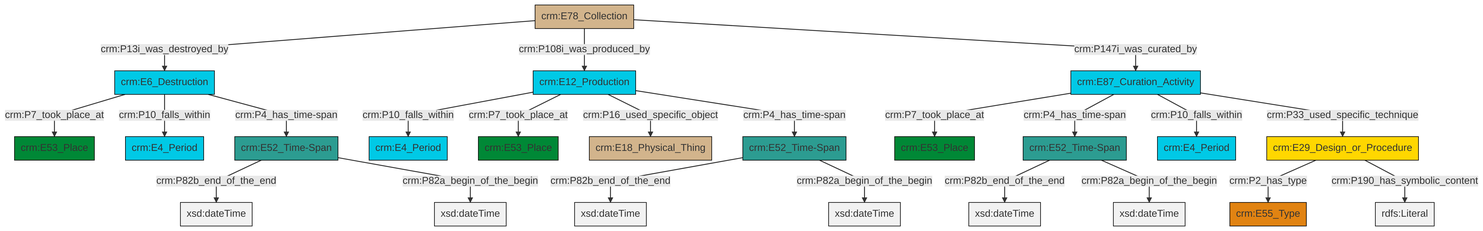
The Mermaid diagram et/archivalCSV/ttl/mmd/png/archival_existence.png in swiss-art-research-net/docs.swissartresearch, before a commit. Its source is kept beside it as et/archivalCSV/ttl/mmd/archival_existence.ttl.mmd.
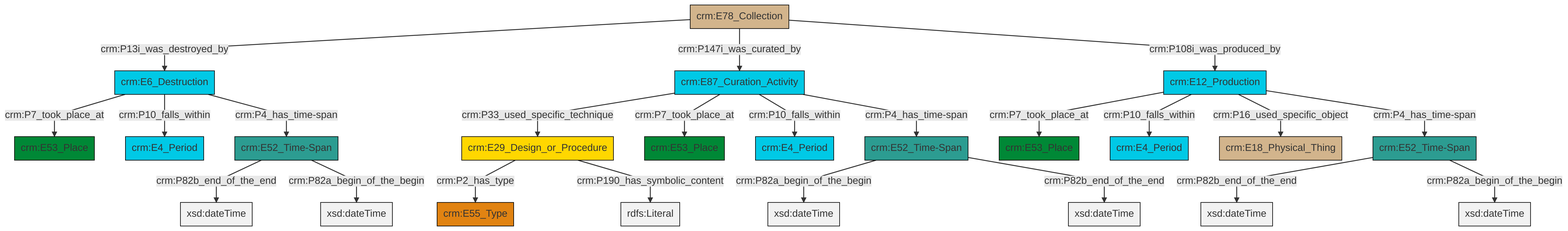
The same file after the commit.

The edit, as a diff of the source:
```diff
@@ -13,25 +13,25 @@
 classDef PC_Classes fill:#4ce600, stroke:#000000;
 classDef Multi fill:#cccccc,stroke:#000000;
 
-0["crm:E6_Destruction"]:::Temporal_Entity -->|crm:P7_took_place_at| 1["crm:E53_Place"]:::Place
-2["crm:E78_Collection"]:::Physical_Thing -->|crm:P13i_was_destroyed_by| 0["crm:E6_Destruction"]:::Temporal_Entity
-3["crm:E52_Time-Span"]:::Time-Span -->|crm:P82b_end_of_the_end| 4[xsd:dateTime]:::Literal
-7["crm:E12_Production"]:::Temporal_Entity -->|crm:P10_falls_within| 8["crm:E4_Period"]:::Temporal_Entity
-2["crm:E78_Collection"]:::Physical_Thing -->|crm:P108i_was_produced_by| 7["crm:E12_Production"]:::Temporal_Entity
-3["crm:E52_Time-Span"]:::Time-Span -->|crm:P82a_begin_of_the_begin| 11[xsd:dateTime]:::Literal
-14["crm:E87_Curation_Activity"]:::Temporal_Entity -->|crm:P7_took_place_at| 15["crm:E53_Place"]:::Place
-5["crm:E52_Time-Span"]:::Time-Span -->|crm:P82b_end_of_the_end| 18[xsd:dateTime]:::Literal
-7["crm:E12_Production"]:::Temporal_Entity -->|crm:P7_took_place_at| 20["crm:E53_Place"]:::Place
-21["crm:E52_Time-Span"]:::Time-Span -->|crm:P82b_end_of_the_end| 22[xsd:dateTime]:::Literal
-24["crm:E29_Design_or_Procedure"]:::Conceptual_Object -->|crm:P2_has_type| 12["crm:E55_Type"]:::Type
-24["crm:E29_Design_or_Procedure"]:::Conceptual_Object -->|crm:P190_has_symbolic_content| 26[rdfs:Literal]:::Literal
-7["crm:E12_Production"]:::Temporal_Entity -->|crm:P16_used_specific_object| 16["crm:E18_Physical_Thing"]:::Physical_Thing
-7["crm:E12_Production"]:::Temporal_Entity -->|crm:P4_has_time-span| 3["crm:E52_Time-Span"]:::Time-Span
-14["crm:E87_Curation_Activity"]:::Temporal_Entity -->|crm:P4_has_time-span| 5["crm:E52_Time-Span"]:::Time-Span
-14["crm:E87_Curation_Activity"]:::Temporal_Entity -->|crm:P10_falls_within| 28["crm:E4_Period"]:::Temporal_Entity
-14["crm:E87_Curation_Activity"]:::Temporal_Entity -->|crm:P33_used_specific_technique| 24["crm:E29_Design_or_Procedure"]:::Conceptual_Object
-0["crm:E6_Destruction"]:::Temporal_Entity -->|crm:P10_falls_within| 9["crm:E4_Period"]:::Temporal_Entity
-21["crm:E52_Time-Span"]:::Time-Span -->|crm:P82a_begin_of_the_begin| 35[xsd:dateTime]:::Literal
-2["crm:E78_Collection"]:::Physical_Thing -->|crm:P147i_was_curated_by| 14["crm:E87_Curation_Activity"]:::Temporal_Entity
-0["crm:E6_Destruction"]:::Temporal_Entity -->|crm:P4_has_time-span| 21["crm:E52_Time-Span"]:::Time-Span
-5["crm:E52_Time-Span"]:::Time-Span -->|crm:P82a_begin_of_the_begin| 38[xsd:dateTime]:::Literal
+0["crm:E78_Collection"]:::Physical_Thing -->|crm:P13i_was_destroyed_by| 1["crm:E6_Destruction"]:::Temporal_Entity
+2["crm:E29_Design_or_Procedure"]:::Conceptual_Object -->|crm:P2_has_type| 3["crm:E55_Type"]:::Type
+9["crm:E87_Curation_Activity"]:::Temporal_Entity -->|crm:P33_used_specific_technique| 2["crm:E29_Design_or_Procedure"]:::Conceptual_Object
+0["crm:E78_Collection"]:::Physical_Thing -->|crm:P147i_was_curated_by| 9["crm:E87_Curation_Activity"]:::Temporal_Entity
+0["crm:E78_Collection"]:::Physical_Thing -->|crm:P108i_was_produced_by| 12["crm:E12_Production"]:::Temporal_Entity
+12["crm:E12_Production"]:::Temporal_Entity -->|crm:P7_took_place_at| 13["crm:E53_Place"]:::Place
+2["crm:E29_Design_or_Procedure"]:::Conceptual_Object -->|crm:P190_has_symbolic_content| 14[rdfs:Literal]:::Literal
+1["crm:E6_Destruction"]:::Temporal_Entity -->|crm:P7_took_place_at| 10["crm:E53_Place"]:::Place
+5["crm:E52_Time-Span"]:::Time-Span -->|crm:P82a_begin_of_the_begin| 15[xsd:dateTime]:::Literal
+5["crm:E52_Time-Span"]:::Time-Span -->|crm:P82b_end_of_the_end| 16[xsd:dateTime]:::Literal
+9["crm:E87_Curation_Activity"]:::Temporal_Entity -->|crm:P7_took_place_at| 19["crm:E53_Place"]:::Place
+12["crm:E12_Production"]:::Temporal_Entity -->|crm:P10_falls_within| 22["crm:E4_Period"]:::Temporal_Entity
+12["crm:E12_Production"]:::Temporal_Entity -->|crm:P16_used_specific_object| 27["crm:E18_Physical_Thing"]:::Physical_Thing
+1["crm:E6_Destruction"]:::Temporal_Entity -->|crm:P10_falls_within| 7["crm:E4_Period"]:::Temporal_Entity
+9["crm:E87_Curation_Activity"]:::Temporal_Entity -->|crm:P10_falls_within| 28["crm:E4_Period"]:::Temporal_Entity
+25["crm:E52_Time-Span"]:::Time-Span -->|crm:P82b_end_of_the_end| 32[xsd:dateTime]:::Literal
+1["crm:E6_Destruction"]:::Temporal_Entity -->|crm:P4_has_time-span| 17["crm:E52_Time-Span"]:::Time-Span
+12["crm:E12_Production"]:::Temporal_Entity -->|crm:P4_has_time-span| 25["crm:E52_Time-Span"]:::Time-Span
+25["crm:E52_Time-Span"]:::Time-Span -->|crm:P82a_begin_of_the_begin| 33[xsd:dateTime]:::Literal
+17["crm:E52_Time-Span"]:::Time-Span -->|crm:P82b_end_of_the_end| 34[xsd:dateTime]:::Literal
+17["crm:E52_Time-Span"]:::Time-Span -->|crm:P82a_begin_of_the_begin| 37[xsd:dateTime]:::Literal
+9["crm:E87_Curation_Activity"]:::Temporal_Entity -->|crm:P4_has_time-span| 5["crm:E52_Time-Span"]:::Time-Span
```
